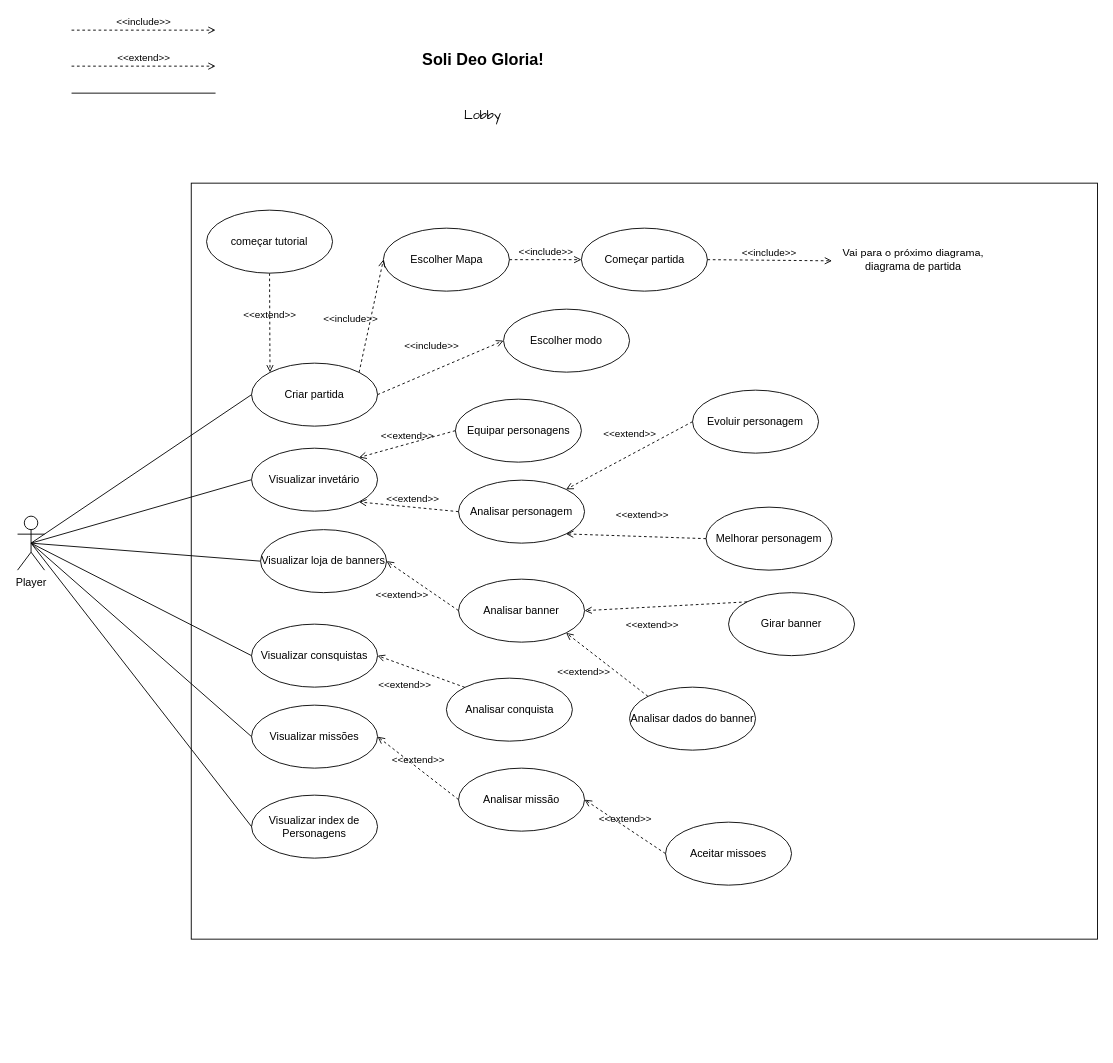
Above: Lobby -- Diagrama Casos de Uso.drawio in DEV-0ne-Jao/Projeto-Integrador (draw.io), before the change. Source tidied: cells renumbered, new cells numbered last; positions are measured from the earlier drawing's top-left corner, leaving out a move shared by most shapes. Both pictures are drawn from the tidied source at 90%, with x=0, y=0 at pixel (17, 30).
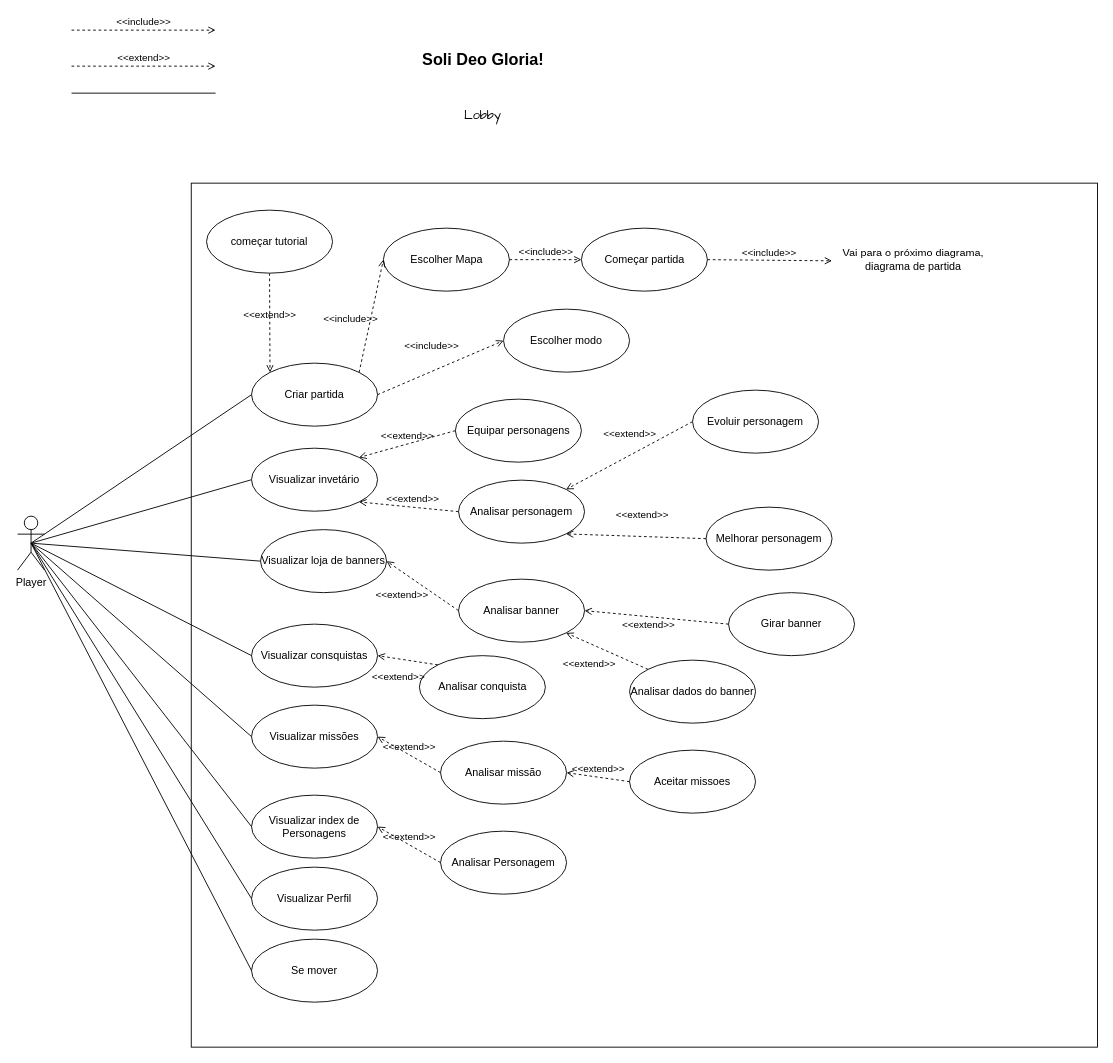
The same diagram, later.

The change refers to these unchanged cells:
```xml
<mxCell id="4" value="Player" style="shape=umlActor;verticalLabelPosition=bottom;verticalAlign=top;html=1;" parent="1" vertex="1">
  <mxGeometry y="540" width="30" height="60" as="geometry" />
</mxCell>
<mxCell id="32" value="Visualizar index de Personagens" style="ellipse;whiteSpace=wrap;html=1;" parent="1" vertex="1">
  <mxGeometry x="260" y="850" width="140" height="70" as="geometry" />
</mxCell>
<mxCell id="42" value="Girar banner" style="ellipse;whiteSpace=wrap;html=1;" parent="1" vertex="1">
  <mxGeometry x="790" y="625" width="140" height="70" as="geometry" />
</mxCell>
<mxCell id="45" value="Analisar banner" style="ellipse;whiteSpace=wrap;html=1;" parent="1" vertex="1">
  <mxGeometry x="490" y="610" width="140" height="70" as="geometry" />
</mxCell>
```

Change to the diagram source:
```diff
@@
-    <mxCell id="5" style="rounded=0;whiteSpace=wrap;html=1;" parent="1" vertex="1">
-      <mxGeometry x="193" y="170" width="1007" height="840" as="geometry" />
-    </mxCell>
+    <mxCell id="51" style="rounded=0;whiteSpace=wrap;html=1;" parent="1" vertex="1">
+      <mxGeometry x="193" y="170" width="1007" height="960" as="geometry" />
+    </mxCell>
@@
-    <mxCell id="9" style="endArrow=none;html=1;rounded=0;" parent="1" edge="1">
-      <mxGeometry relative="1" as="geometry">
-        <mxPoint x="60" y="70" as="sourcePoint" />
-        <mxPoint x="220" y="70" as="targetPoint" />
-      </mxGeometry>
-    </mxCell>
+    <mxCell id="52" style="endArrow=none;html=1;rounded=0;" parent="1" edge="1">
+      <mxGeometry relative="1" as="geometry">
+        <mxPoint x="60" y="70" as="sourcePoint" />
+        <mxPoint x="220" y="70" as="targetPoint" />
+      </mxGeometry>
+    </mxCell>
@@
     <mxCell id="28" value="Aceitar missoes" style="ellipse;whiteSpace=wrap;html=1;" parent="1" vertex="1">
-      <mxGeometry x="720" y="880" width="140" height="70" as="geometry" />
+      <mxGeometry x="680" y="800" width="140" height="70" as="geometry" />
     </mxCell>
@@
     <mxCell id="40" value="Analisar missão" style="ellipse;whiteSpace=wrap;html=1;" parent="1" vertex="1">
-      <mxGeometry x="490" y="820" width="140" height="70" as="geometry" />
+      <mxGeometry x="470" y="790" width="140" height="70" as="geometry" />
     </mxCell>
@@
-    <mxCell id="44" value="&amp;lt;&amp;lt;extend&amp;gt;&amp;gt;" style="html=1;verticalAlign=bottom;labelBackgroundColor=none;endArrow=open;endFill=0;dashed=1;rounded=0;exitX=0;exitY=0;exitDx=0;exitDy=0;entryX=1;entryY=0.5;entryDx=0;entryDy=0;" parent="1" edge="1" source="42" target="45">
-      <mxGeometry x="0.18" y="29" relative="1" as="geometry" />
+    <mxCell id="44" value="&amp;lt;&amp;lt;extend&amp;gt;&amp;gt;" style="html=1;verticalAlign=bottom;labelBackgroundColor=none;endArrow=open;endFill=0;dashed=1;rounded=0;exitX=0;exitY=0.5;exitDx=0;exitDy=0;entryX=1;entryY=0.5;entryDx=0;entryDy=0;" parent="1" edge="1" source="42" target="45">
+      <mxGeometry x="0.1" y="18" relative="1" as="geometry" />
     </mxCell>
@@
     <mxCell id="47" value="Analisar dados do banner" style="ellipse;whiteSpace=wrap;html=1;" parent="1" vertex="1">
-      <mxGeometry x="680" y="730" width="140" height="70" as="geometry" />
+      <mxGeometry x="680" y="700" width="140" height="70" as="geometry" />
     </mxCell>
@@
     <mxCell id="49" value="Analisar conquista" style="ellipse;whiteSpace=wrap;html=1;" parent="1" vertex="1">
-      <mxGeometry x="476.5" y="720" width="140" height="70" as="geometry" />
+      <mxGeometry x="446.5" y="695" width="140" height="70" as="geometry" />
     </mxCell>
@@
+    <mxCell id="53" value="Visualizar Perfil" style="ellipse;whiteSpace=wrap;html=1;" parent="1" vertex="1">
+      <mxGeometry x="260" y="930" width="140" height="70" as="geometry" />
+    </mxCell>
+    <mxCell id="54" style="endArrow=none;html=1;rounded=0;exitX=0.5;exitY=0.5;exitDx=0;exitDy=0;exitPerimeter=0;entryX=0;entryY=0.5;entryDx=0;entryDy=0;" parent="1" edge="1" source="4" target="53">
+      <mxGeometry relative="1" as="geometry" />
+    </mxCell>
+    <mxCell id="55" value="Analisar Personagem" style="ellipse;whiteSpace=wrap;html=1;" parent="1" vertex="1">
+      <mxGeometry x="470" y="890" width="140" height="70" as="geometry" />
+    </mxCell>
+    <mxCell id="56" value="&amp;lt;&amp;lt;extend&amp;gt;&amp;gt;" style="html=1;verticalAlign=bottom;labelBackgroundColor=none;endArrow=open;endFill=0;dashed=1;rounded=0;exitX=0;exitY=0.5;exitDx=0;exitDy=0;entryX=1;entryY=0.5;entryDx=0;entryDy=0;" parent="1" edge="1" source="55" target="32">
+      <mxGeometry relative="1" as="geometry" />
+    </mxCell>
+    <mxCell id="57" value="Se mover" style="ellipse;whiteSpace=wrap;html=1;" parent="1" vertex="1">
+      <mxGeometry x="260" y="1010" width="140" height="70" as="geometry" />
+    </mxCell>
+    <mxCell id="58" style="endArrow=none;html=1;rounded=0;exitX=0.5;exitY=0.5;exitDx=0;exitDy=0;exitPerimeter=0;entryX=0;entryY=0.5;entryDx=0;entryDy=0;" parent="1" edge="1" source="4" target="57">
+      <mxGeometry relative="1" as="geometry" />
+    </mxCell>
```
